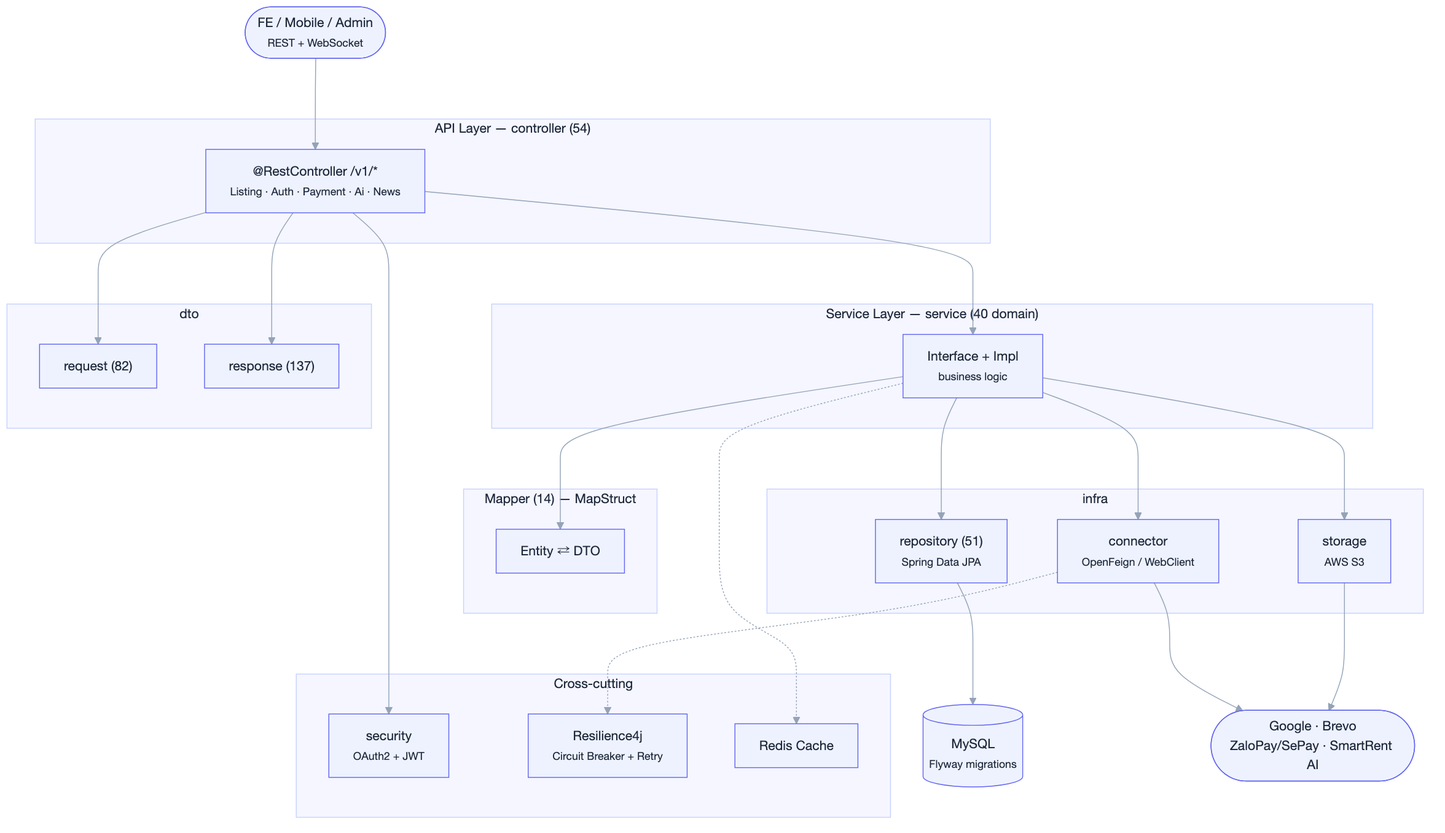
Before: diagrams/be/png/01-architecture-layers.png, a diagram exported from Mermaid (huynhtranty/smartrent-report). Its source is kept beside it as diagrams/be/src/01-architecture-layers.mmd.
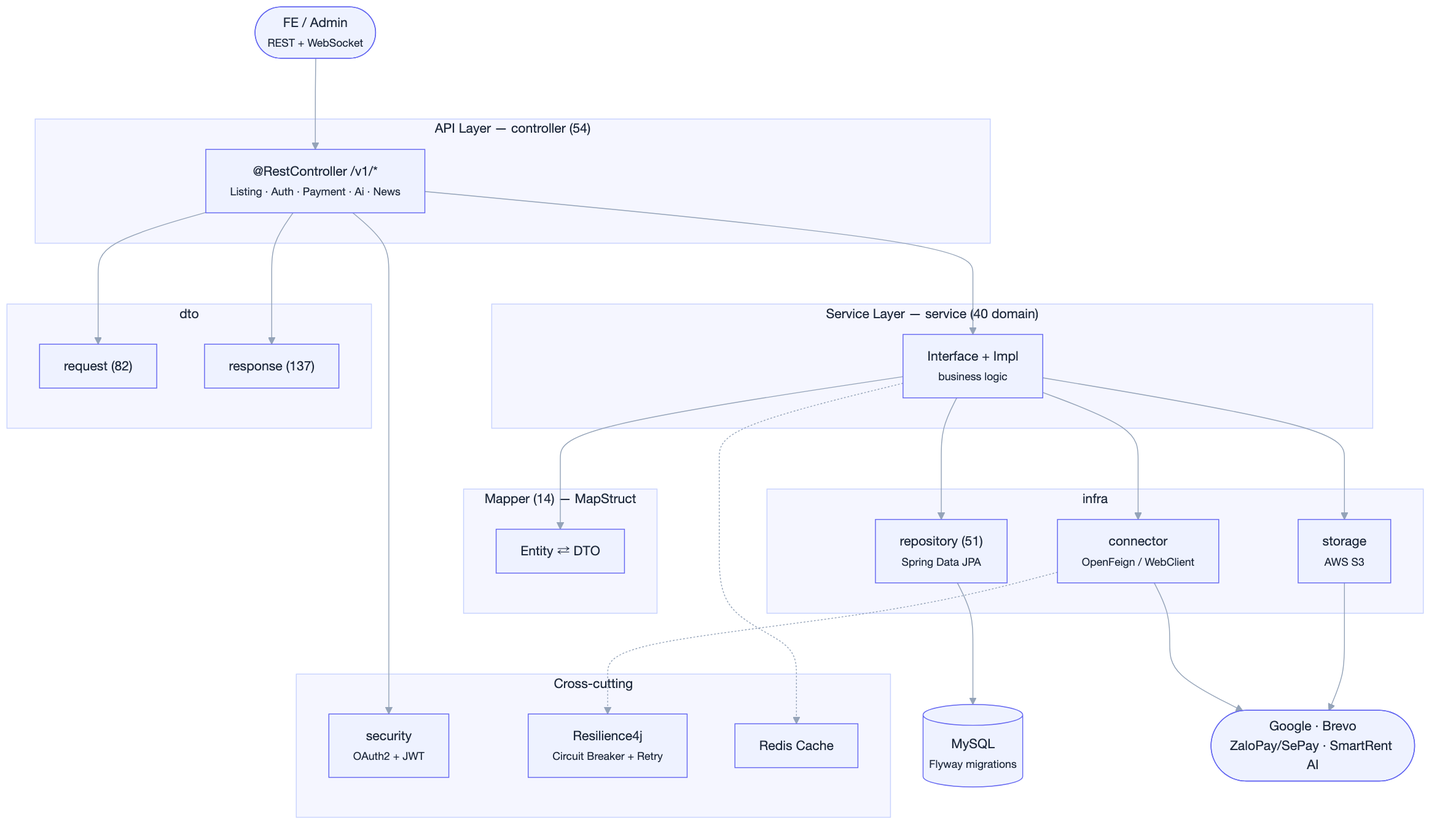
Above is the later version.

Commit message:
docs(báo cáo): Chương 5 - gộp FE/admin trong sơ đồ hạ tầng, bỏ mobile

The edit, as a diff of the source:
```diff
@@ -1,5 +1,5 @@
 flowchart TB
- Client(["FE / Mobile / Admin<br/><small>REST + WebSocket</small>"])
+ Client(["FE / Admin<br/><small>REST + WebSocket</small>"])
  subgraph API["API Layer — controller (54)"]
  Ctrl["@RestController /v1/*<br/><small>Listing · Auth · Payment · Ai · News</small>"]
  end
```
